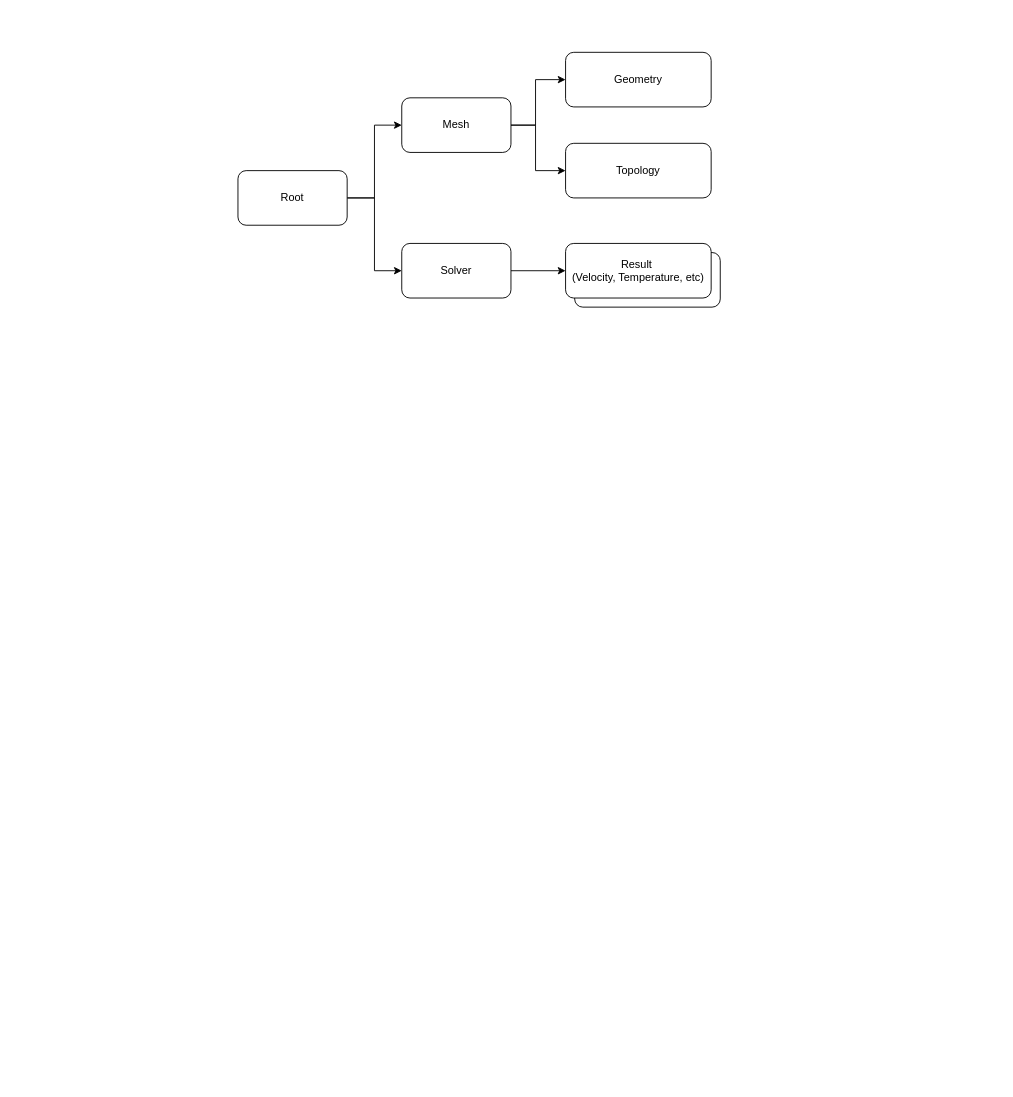
This is page "XDMF/HDF5 Format" (2 of 8) of docs/ScientificComputing.drawio from steven-darwin/ScientificComputing, a draw.io file, before an edit. Source tidied: cells renumbered, new cells numbered last; positions are measured from the earlier drawing's top-left corner, leaving out a move shared by most shapes. Both pictures are drawn from the tidied source at 91%, with x=0, y=0 at pixel (238, 52).
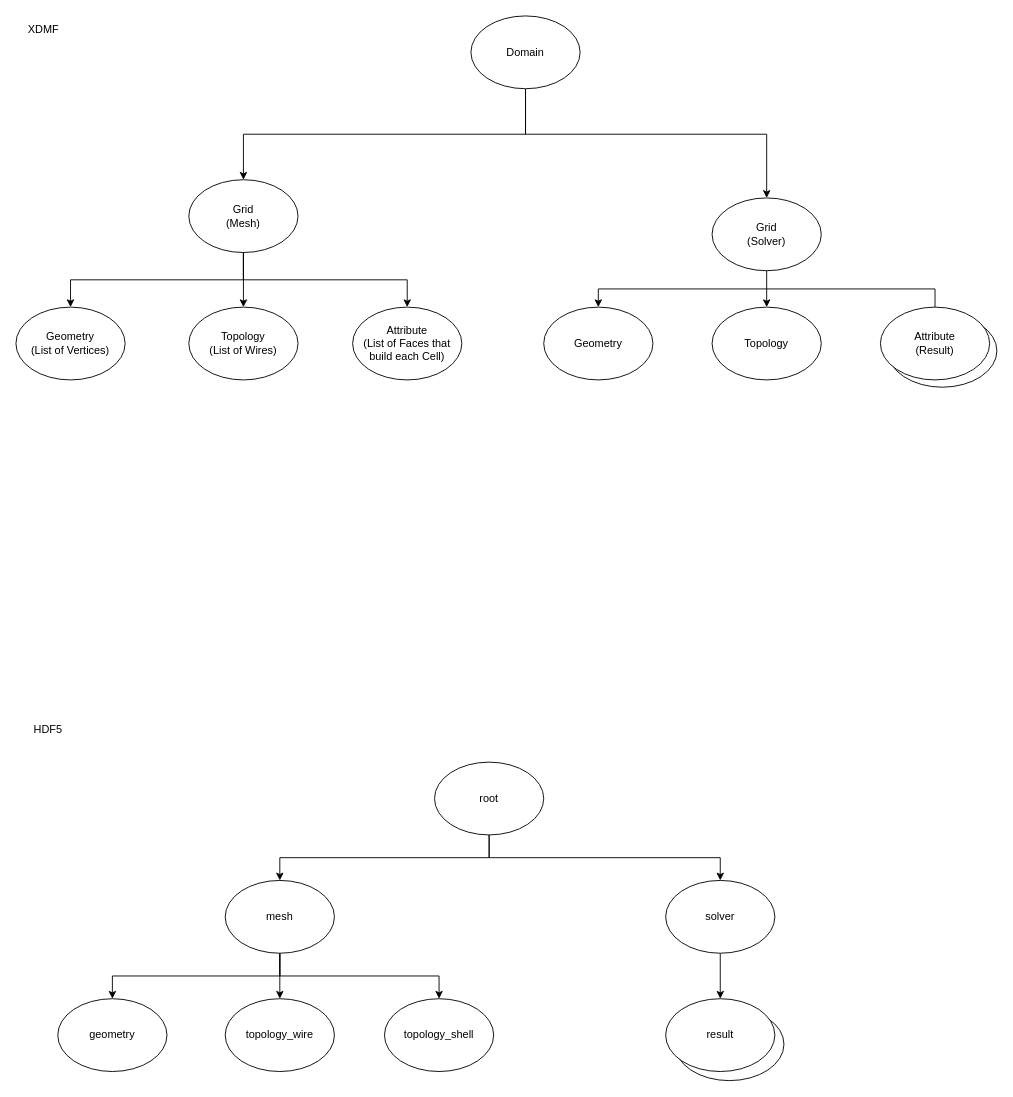
Above is the later version.

Change to the diagram source:
```diff
@@
-    <mxCell id="2" style="rounded=1;whiteSpace=wrap;html=1;" parent="1" vertex="1">
-      <mxGeometry x="370" y="220" width="160" height="60" as="geometry" />
-    </mxCell>
-    <mxCell id="3" style="edgeStyle=orthogonalEdgeStyle;rounded=0;jettySize=auto;html=1;exitX=1;exitY=0.5;exitDx=0;exitDy=0;entryX=0;entryY=0.5;entryDx=0;entryDy=0;" parent="1" edge="1" source="5" target="8">
-      <mxGeometry relative="1" as="geometry" />
-    </mxCell>
-    <mxCell id="4" style="edgeStyle=orthogonalEdgeStyle;rounded=0;jettySize=auto;html=1;exitX=1;exitY=0.5;exitDx=0;exitDy=0;entryX=0;entryY=0.5;entryDx=0;entryDy=0;" parent="1" edge="1" source="5" target="10">
-      <mxGeometry relative="1" as="geometry" />
-    </mxCell>
-    <mxCell id="5" value="Root" style="rounded=1;whiteSpace=wrap;html=1;" parent="1" vertex="1">
-      <mxGeometry y="130" width="120" height="60" as="geometry" />
-    </mxCell>
-    <mxCell id="6" style="edgeStyle=orthogonalEdgeStyle;rounded=0;jettySize=auto;html=1;exitX=1;exitY=0.5;exitDx=0;exitDy=0;entryX=0;entryY=0.5;entryDx=0;entryDy=0;" parent="1" edge="1" source="8" target="11">
-      <mxGeometry relative="1" as="geometry">
-        <Array as="points">
-          <mxPoint x="327" y="80" />
-          <mxPoint x="327" y="30" />
-        </Array>
-      </mxGeometry>
-    </mxCell>
-    <mxCell id="7" style="edgeStyle=orthogonalEdgeStyle;rounded=0;jettySize=auto;html=1;exitX=1;exitY=0.5;exitDx=0;exitDy=0;entryX=0;entryY=0.5;entryDx=0;entryDy=0;" parent="1" edge="1" source="8" target="12">
-      <mxGeometry relative="1" as="geometry">
-        <Array as="points">
-          <mxPoint x="327" y="80" />
-          <mxPoint x="327" y="130" />
-        </Array>
-      </mxGeometry>
-    </mxCell>
-    <mxCell id="8" value="Mesh" style="rounded=1;whiteSpace=wrap;html=1;" parent="1" vertex="1">
-      <mxGeometry x="180" y="50" width="120" height="60" as="geometry" />
-    </mxCell>
-    <mxCell id="9" style="edgeStyle=orthogonalEdgeStyle;rounded=0;jettySize=auto;html=1;exitX=1;exitY=0.5;exitDx=0;exitDy=0;entryX=0;entryY=0.5;entryDx=0;entryDy=0;" parent="1" edge="1" source="10" target="13">
-      <mxGeometry relative="1" as="geometry" />
-    </mxCell>
-    <mxCell id="10" value="Solver" style="rounded=1;whiteSpace=wrap;html=1;" parent="1" vertex="1">
-      <mxGeometry x="180" y="210" width="120" height="60" as="geometry" />
-    </mxCell>
+    <mxCell id="14" style="ellipse;whiteSpace=wrap;html=1;" parent="1" vertex="1">
+      <mxGeometry x="480" y="1050" width="120" height="80" as="geometry" />
+    </mxCell>
+    <mxCell id="15" style="ellipse;whiteSpace=wrap;html=1;" parent="1" vertex="1">
+      <mxGeometry x="714" y="288" width="120" height="80" as="geometry" />
+    </mxCell>
+    <mxCell id="16" style="edgeStyle=orthogonalEdgeStyle;rounded=0;jettySize=auto;html=1;exitX=0.5;exitY=1;exitDx=0;exitDy=0;entryX=0.5;entryY=0;entryDx=0;entryDy=0;" parent="1" edge="1" source="18" target="25">
+      <mxGeometry relative="1" as="geometry" />
+    </mxCell>
+    <mxCell id="17" style="edgeStyle=orthogonalEdgeStyle;rounded=0;jettySize=auto;html=1;exitX=0.5;exitY=1;exitDx=0;exitDy=0;entryX=0.5;entryY=0;entryDx=0;entryDy=0;" parent="1" edge="1" source="18" target="28">
+      <mxGeometry relative="1" as="geometry">
+        <Array as="points">
+          <mxPoint x="316" y="90" />
+          <mxPoint x="581" y="90" />
+        </Array>
+      </mxGeometry>
+    </mxCell>
+    <mxCell id="18" value="Domain" style="ellipse;whiteSpace=wrap;html=1;" parent="1" vertex="1">
+      <mxGeometry x="256" y="-40" width="120" height="80" as="geometry" />
+    </mxCell>
+    <mxCell id="19" value="Geometry&lt;div&gt;(List of Vertices)&lt;/div&gt;" style="ellipse;whiteSpace=wrap;html=1;" parent="1" vertex="1">
+      <mxGeometry x="-244" y="280" width="120" height="80" as="geometry" />
+    </mxCell>
+    <mxCell id="20" value="Topology&lt;div&gt;(List of Wires)&lt;/div&gt;" style="ellipse;whiteSpace=wrap;html=1;" parent="1" vertex="1">
+      <mxGeometry x="-54" y="280" width="120" height="80" as="geometry" />
+    </mxCell>
+    <mxCell id="21" value="Attribute&lt;div&gt;(List of Faces that build each Cell)&lt;/div&gt;" style="ellipse;whiteSpace=wrap;html=1;" parent="1" vertex="1">
+      <mxGeometry x="126" y="280" width="120" height="80" as="geometry" />
+    </mxCell>
+    <mxCell id="22" style="edgeStyle=orthogonalEdgeStyle;rounded=0;jettySize=auto;html=1;exitX=0.5;exitY=1;exitDx=0;exitDy=0;entryX=0.5;entryY=0;entryDx=0;entryDy=0;" parent="1" edge="1" source="25" target="20">
+      <mxGeometry relative="1" as="geometry" />
+    </mxCell>
+    <mxCell id="23" style="edgeStyle=orthogonalEdgeStyle;rounded=0;jettySize=auto;html=1;exitX=0.5;exitY=1;exitDx=0;exitDy=0;entryX=0.5;entryY=0;entryDx=0;entryDy=0;" parent="1" edge="1" source="25" target="21">
+      <mxGeometry relative="1" as="geometry" />
+    </mxCell>
+    <mxCell id="24" style="edgeStyle=orthogonalEdgeStyle;rounded=0;jettySize=auto;html=1;exitX=0.5;exitY=1;exitDx=0;exitDy=0;entryX=0.5;entryY=0;entryDx=0;entryDy=0;" parent="1" edge="1" source="25" target="19">
+      <mxGeometry relative="1" as="geometry" />
+    </mxCell>
+    <mxCell id="25" value="Grid&lt;div&gt;(Mesh)&lt;/div&gt;" style="ellipse;whiteSpace=wrap;html=1;" parent="1" vertex="1">
+      <mxGeometry x="-54" y="140" width="120" height="80" as="geometry" />
+    </mxCell>
+    <mxCell id="26" style="edgeStyle=orthogonalEdgeStyle;rounded=0;jettySize=auto;html=1;exitX=0.5;exitY=1;exitDx=0;exitDy=0;entryX=0.5;entryY=0;entryDx=0;entryDy=0;" parent="1" edge="1" source="28" target="12">
+      <mxGeometry relative="1" as="geometry" />
+    </mxCell>
+    <mxCell id="27" style="edgeStyle=orthogonalEdgeStyle;rounded=0;jettySize=auto;html=1;exitX=0.5;exitY=0;exitDx=0;exitDy=0;entryX=0.5;entryY=0;entryDx=0;entryDy=0;" parent="1" edge="1" source="29" target="11">
+      <mxGeometry relative="1" as="geometry" />
+    </mxCell>
+    <mxCell id="28" value="Grid&lt;div&gt;(Solver)&lt;/div&gt;" style="ellipse;whiteSpace=wrap;html=1;" parent="1" vertex="1">
+      <mxGeometry x="521" y="160" width="120" height="80" as="geometry" />
+    </mxCell>
-    <mxCell id="11" value="Geometry" style="rounded=1;whiteSpace=wrap;html=1;" parent="1" vertex="1">
-      <mxGeometry x="360" width="160" height="60" as="geometry" />
+    <mxCell id="11" value="Geometry" style="ellipse;whiteSpace=wrap;html=1;" parent="1" vertex="1">
+      <mxGeometry x="336" y="280" width="120" height="80" as="geometry" />
     </mxCell>
-    <mxCell id="12" value="Topology" style="rounded=1;whiteSpace=wrap;html=1;" parent="1" vertex="1">
-      <mxGeometry x="360" y="100" width="160" height="60" as="geometry" />
+    <mxCell id="12" value="Topology" style="ellipse;whiteSpace=wrap;html=1;" parent="1" vertex="1">
+      <mxGeometry x="521" y="280" width="120" height="80" as="geometry" />
     </mxCell>
-    <mxCell id="13" value="Result&amp;nbsp;&lt;div&gt;(Velocity, Temperature, etc)&lt;/div&gt;" style="rounded=1;whiteSpace=wrap;html=1;" parent="1" vertex="1">
-      <mxGeometry x="360" y="210" width="160" height="60" as="geometry" />
-    </mxCell>
+    <mxCell id="29" value="Attribute&lt;div&gt;(Result)&lt;/div&gt;" style="ellipse;whiteSpace=wrap;html=1;" parent="1" vertex="1">
+      <mxGeometry x="706" y="280" width="120" height="80" as="geometry" />
+    </mxCell>
+    <mxCell id="30" value="XDMF" style="text;html=1;align=center;verticalAlign=middle;strokeColor=none;fillColor=none;" parent="1" vertex="1">
+      <mxGeometry x="-244" y="-40" width="60" height="30" as="geometry" />
+    </mxCell>
+    <mxCell id="31" value="HDF5" style="text;html=1;align=center;verticalAlign=middle;strokeColor=none;fillColor=none;" parent="1" vertex="1">
+      <mxGeometry x="-234" y="730" width="50" height="30" as="geometry" />
+    </mxCell>
+    <mxCell id="32" style="edgeStyle=orthogonalEdgeStyle;rounded=0;jettySize=auto;html=1;exitX=0.5;exitY=1;exitDx=0;exitDy=0;" parent="1" edge="1" source="34" target="38">
+      <mxGeometry relative="1" as="geometry" />
+    </mxCell>
+    <mxCell id="33" style="edgeStyle=orthogonalEdgeStyle;rounded=0;jettySize=auto;html=1;exitX=0.5;exitY=1;exitDx=0;exitDy=0;entryX=0.5;entryY=0;entryDx=0;entryDy=0;" parent="1" edge="1" source="34" target="43">
+      <mxGeometry relative="1" as="geometry" />
+    </mxCell>
+    <mxCell id="34" value="root" style="ellipse;whiteSpace=wrap;html=1;" parent="1" vertex="1">
+      <mxGeometry x="216" y="780" width="120" height="80" as="geometry" />
+    </mxCell>
+    <mxCell id="35" style="edgeStyle=orthogonalEdgeStyle;rounded=0;jettySize=auto;html=1;exitX=0.5;exitY=1;exitDx=0;exitDy=0;" parent="1" edge="1" source="38" target="39">
+      <mxGeometry relative="1" as="geometry" />
+    </mxCell>
+    <mxCell id="36" style="edgeStyle=orthogonalEdgeStyle;rounded=0;jettySize=auto;html=1;exitX=0.5;exitY=1;exitDx=0;exitDy=0;entryX=0.5;entryY=0;entryDx=0;entryDy=0;" parent="1" edge="1" source="38" target="40">
+      <mxGeometry relative="1" as="geometry" />
+    </mxCell>
+    <mxCell id="37" style="edgeStyle=orthogonalEdgeStyle;rounded=0;jettySize=auto;html=1;exitX=0.5;exitY=1;exitDx=0;exitDy=0;entryX=0.5;entryY=0;entryDx=0;entryDy=0;" parent="1" edge="1" source="38" target="41">
+      <mxGeometry relative="1" as="geometry" />
+    </mxCell>
+    <mxCell id="38" value="mesh" style="ellipse;whiteSpace=wrap;html=1;" parent="1" vertex="1">
+      <mxGeometry x="-14" y="910" width="120" height="80" as="geometry" />
+    </mxCell>
+    <mxCell id="39" value="geometry" style="ellipse;whiteSpace=wrap;html=1;" parent="1" vertex="1">
+      <mxGeometry x="-198" y="1040" width="120" height="80" as="geometry" />
+    </mxCell>
+    <mxCell id="40" value="topology_wire" style="ellipse;whiteSpace=wrap;html=1;" parent="1" vertex="1">
+      <mxGeometry x="-14" y="1040" width="120" height="80" as="geometry" />
+    </mxCell>
+    <mxCell id="41" value="topology_shell" style="ellipse;whiteSpace=wrap;html=1;" parent="1" vertex="1">
+      <mxGeometry x="161" y="1040" width="120" height="80" as="geometry" />
+    </mxCell>
+    <mxCell id="42" style="edgeStyle=orthogonalEdgeStyle;rounded=0;jettySize=auto;html=1;exitX=0.5;exitY=1;exitDx=0;exitDy=0;entryX=0.5;entryY=0;entryDx=0;entryDy=0;" parent="1" edge="1" source="43" target="44">
+      <mxGeometry relative="1" as="geometry" />
+    </mxCell>
+    <mxCell id="43" value="solver" style="ellipse;whiteSpace=wrap;html=1;" parent="1" vertex="1">
+      <mxGeometry x="470" y="910" width="120" height="80" as="geometry" />
+    </mxCell>
+    <mxCell id="44" value="result" style="ellipse;whiteSpace=wrap;html=1;" parent="1" vertex="1">
+      <mxGeometry x="470" y="1040" width="120" height="80" as="geometry" />
+    </mxCell>
```
